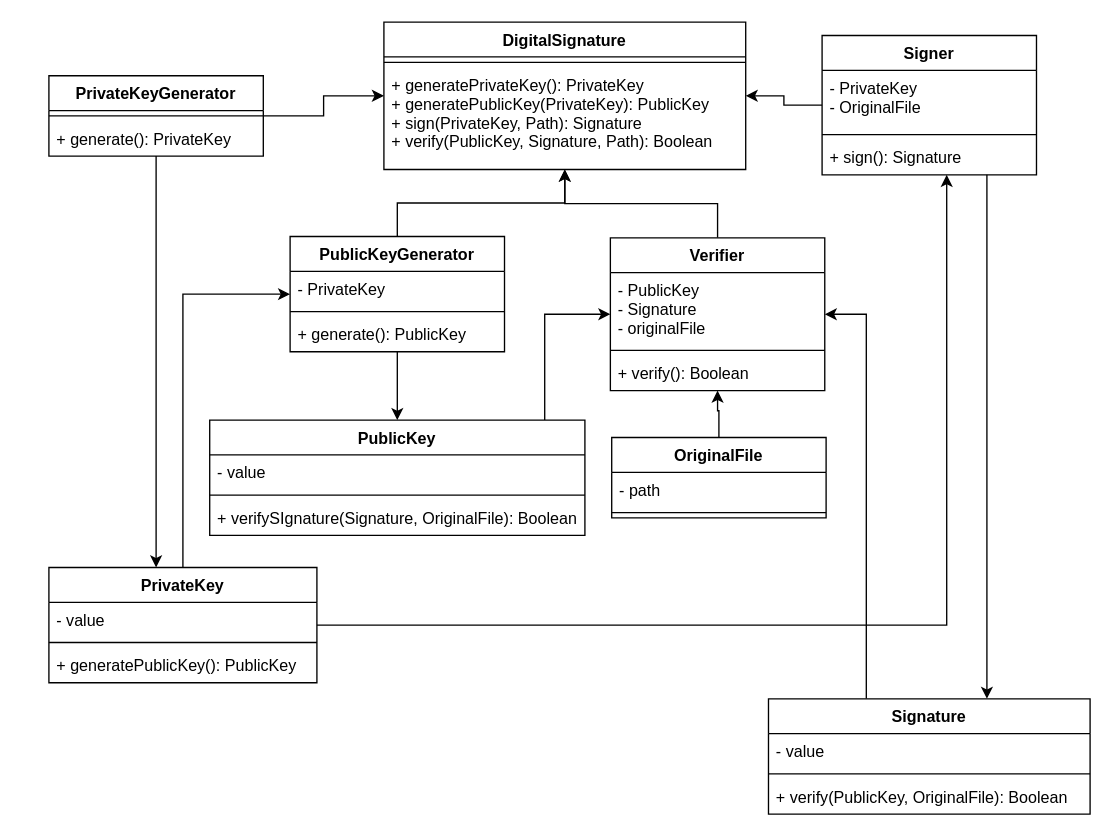
This is digital-signature-class-diagram.drawio from luvitale/inti-digital-signature, a draw.io file, before an edit. Source tidied: cells renumbered, new cells numbered last; positions are measured from the earlier drawing's top-left corner, leaving out a move shared by most shapes. Both pictures are drawn from the tidied source at 134%, with x=0, y=0 at pixel (48, 21).
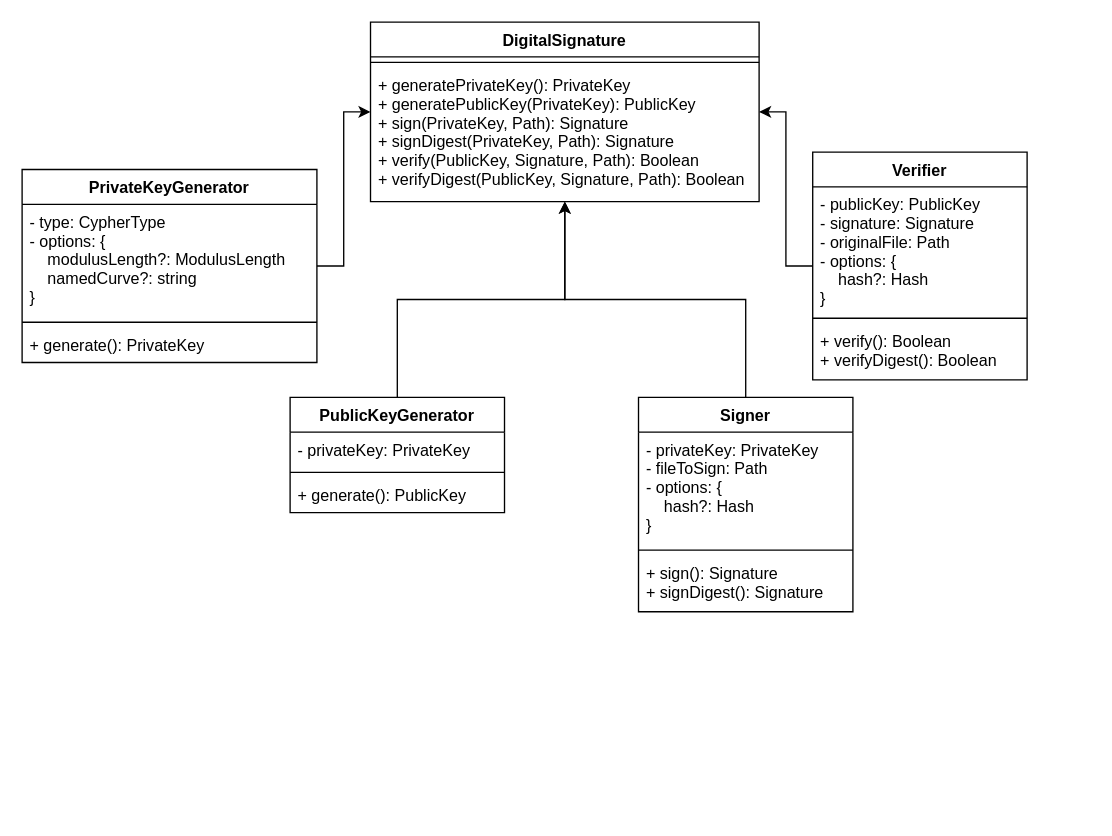
Above is the later version.

What changed in the source:
```diff
@@
-    <mxCell id="2" style="edgeStyle=orthogonalEdgeStyle;rounded=0;jettySize=auto;html=1;" parent="1" edge="1" source="4" target="33">
-      <mxGeometry relative="1" as="geometry">
-        <Array as="points">
-          <mxPoint x="700" y="310" />
-          <mxPoint x="700" y="310" />
-        </Array>
-      </mxGeometry>
-    </mxCell>
@@
     <mxCell id="4" value="Signer" style="swimlane;fontStyle=1;align=center;verticalAlign=top;horizontal=1;startSize=26;" parent="1" vertex="1">
-      <mxGeometry x="577" y="10" width="160" height="104" as="geometry" />
+      <mxGeometry x="440" y="280" width="160" height="160" as="geometry" />
     </mxCell>
-    <mxCell id="5" value="- PrivateKey&#10;- OriginalFile" style="text;strokeColor=none;fillColor=none;align=left;verticalAlign=top;spacingLeft=4;spacingRight=4;overflow=hidden;" parent="4" vertex="1">
-      <mxGeometry y="26" width="160" height="44" as="geometry" />
+    <mxCell id="5" value="- privateKey: PrivateKey&#10;- fileToSign: Path&#10;- options: {&#10;    hash?: Hash&#10;}" style="text;strokeColor=none;fillColor=none;align=left;verticalAlign=top;spacingLeft=4;spacingRight=4;overflow=hidden;" parent="4" vertex="1">
+      <mxGeometry y="26" width="160" height="84" as="geometry" />
     </mxCell>
     <mxCell id="6" style="line;strokeWidth=1;fillColor=none;align=left;verticalAlign=middle;spacingTop=-1;spacingLeft=3;spacingRight=3;labelPosition=right;" parent="4" vertex="1">
-      <mxGeometry y="70" width="160" height="8" as="geometry" />
+      <mxGeometry y="110" width="160" height="8" as="geometry" />
     </mxCell>
-    <mxCell id="7" value="+ sign(): Signature" style="text;strokeColor=none;fillColor=none;align=left;verticalAlign=top;spacingLeft=4;spacingRight=4;overflow=hidden;" parent="4" vertex="1">
-      <mxGeometry y="78" width="160" height="26" as="geometry" />
+    <mxCell id="7" value="+ sign(): Signature&#10;+ signDigest(): Signature" style="text;strokeColor=none;fillColor=none;align=left;verticalAlign=top;spacingLeft=4;spacingRight=4;overflow=hidden;" parent="4" vertex="1">
+      <mxGeometry y="118" width="160" height="42" as="geometry" />
     </mxCell>
@@
-    <mxCell id="9" style="edgeStyle=orthogonalEdgeStyle;rounded=0;jettySize=auto;html=1;" parent="1" edge="1" source="10" target="24">
-      <mxGeometry relative="1" as="geometry" />
-    </mxCell>
     <mxCell id="10" value="PublicKeyGenerator" style="swimlane;fontStyle=1;align=center;verticalAlign=top;horizontal=1;startSize=26;" parent="1" vertex="1">
-      <mxGeometry x="180" y="160" width="160" height="86" as="geometry" />
+      <mxGeometry x="180" y="280" width="160" height="86" as="geometry" />
     </mxCell>
-    <mxCell id="11" value="- PrivateKey" style="text;strokeColor=none;fillColor=none;align=left;verticalAlign=top;spacingLeft=4;spacingRight=4;overflow=hidden;" parent="10" vertex="1">
+    <mxCell id="11" value="- privateKey: PrivateKey" style="text;strokeColor=none;fillColor=none;align=left;verticalAlign=top;spacingLeft=4;spacingRight=4;overflow=hidden;" parent="10" vertex="1">
       <mxGeometry y="26" width="160" height="26" as="geometry" />
     </mxCell>
@@
     <mxCell id="14" value="DigitalSignature" style="swimlane;fontStyle=1;align=center;verticalAlign=top;horizontal=1;startSize=26;" parent="1" vertex="1">
-      <mxGeometry x="250" width="270" height="110" as="geometry" />
+      <mxGeometry x="240" width="290" height="134" as="geometry" />
     </mxCell>
     <mxCell id="15" style="line;strokeWidth=1;fillColor=none;align=left;verticalAlign=middle;spacingTop=-1;spacingLeft=3;spacingRight=3;labelPosition=right;" parent="14" vertex="1">
-      <mxGeometry y="26" width="270" height="8" as="geometry" />
+      <mxGeometry y="26" width="290" height="8" as="geometry" />
     </mxCell>
-    <mxCell id="16" value="+ generatePrivateKey(): PrivateKey&#10;+ generatePublicKey(PrivateKey): PublicKey&#10;+ sign(PrivateKey, Path): Signature&#10;+ verify(PublicKey, Signature, Path): Boolean" style="text;strokeColor=none;fillColor=none;align=left;verticalAlign=top;spacingLeft=4;spacingRight=4;overflow=hidden;" parent="14" vertex="1">
-      <mxGeometry y="34" width="270" height="76" as="geometry" />
+    <mxCell id="16" value="+ generatePrivateKey(): PrivateKey&#10;+ generatePublicKey(PrivateKey): PublicKey&#10;+ sign(PrivateKey, Path): Signature&#10;+ signDigest(PrivateKey, Path): Signature&#10;+ verify(PublicKey, Signature, Path): Boolean&#10;+ verifyDigest(PublicKey, Signature, Path): Boolean" style="text;strokeColor=none;fillColor=none;align=left;verticalAlign=top;spacingLeft=4;spacingRight=4;overflow=hidden;" parent="14" vertex="1">
+      <mxGeometry y="34" width="290" height="100" as="geometry" />
     </mxCell>
-    <mxCell id="17" style="edgeStyle=orthogonalEdgeStyle;rounded=0;jettySize=auto;html=1;" parent="1" edge="1" source="19" target="4">
-      <mxGeometry relative="1" as="geometry">
-        <Array as="points">
-          <mxPoint x="670" y="450" />
-        </Array>
-      </mxGeometry>
-    </mxCell>
-    <mxCell id="18" style="edgeStyle=orthogonalEdgeStyle;rounded=0;jettySize=auto;html=1;" parent="1" edge="1" source="19" target="10">
-      <mxGeometry relative="1" as="geometry">
-        <Array as="points">
-          <mxPoint x="100" y="203" />
-        </Array>
-      </mxGeometry>
-    </mxCell>
-    <mxCell id="19" value="PrivateKey" style="swimlane;fontStyle=1;align=center;verticalAlign=top;horizontal=1;startSize=26;" parent="1" vertex="1">
-      <mxGeometry y="407" width="200" height="86" as="geometry" />
-    </mxCell>
-    <mxCell id="20" value="- value" style="text;strokeColor=none;fillColor=none;align=left;verticalAlign=top;spacingLeft=4;spacingRight=4;overflow=hidden;" parent="19" vertex="1">
-      <mxGeometry y="26" width="200" height="26" as="geometry" />
-    </mxCell>
-    <mxCell id="21" style="line;strokeWidth=1;fillColor=none;align=left;verticalAlign=middle;spacingTop=-1;spacingLeft=3;spacingRight=3;labelPosition=right;" parent="19" vertex="1">
-      <mxGeometry y="52" width="200" height="8" as="geometry" />
-    </mxCell>
-    <mxCell id="22" value="+ generatePublicKey(): PublicKey" style="text;strokeColor=none;fillColor=none;align=left;verticalAlign=top;spacingLeft=4;spacingRight=4;overflow=hidden;" parent="19" vertex="1">
-      <mxGeometry y="60" width="200" height="26" as="geometry" />
-    </mxCell>
-    <mxCell id="23" style="edgeStyle=orthogonalEdgeStyle;rounded=0;jettySize=auto;html=1;" parent="1" edge="1" source="24" target="43">
-      <mxGeometry relative="1" as="geometry">
-        <Array as="points">
-          <mxPoint x="370" y="218" />
-        </Array>
-      </mxGeometry>
-    </mxCell>
-    <mxCell id="24" value="PublicKey" style="swimlane;fontStyle=1;align=center;verticalAlign=top;horizontal=1;startSize=26;" parent="1" vertex="1">
-      <mxGeometry x="120" y="297" width="280" height="86" as="geometry" />
-    </mxCell>
-    <mxCell id="25" value="- value" style="text;strokeColor=none;fillColor=none;align=left;verticalAlign=top;spacingLeft=4;spacingRight=4;overflow=hidden;" parent="24" vertex="1">
-      <mxGeometry y="26" width="280" height="26" as="geometry" />
-    </mxCell>
-    <mxCell id="26" style="line;strokeWidth=1;fillColor=none;align=left;verticalAlign=middle;spacingTop=-1;spacingLeft=3;spacingRight=3;labelPosition=right;" parent="24" vertex="1">
-      <mxGeometry y="52" width="280" height="8" as="geometry" />
-    </mxCell>
-    <mxCell id="27" value="+ verifySIgnature(Signature, OriginalFile): Boolean" style="text;strokeColor=none;fillColor=none;align=left;verticalAlign=top;spacingLeft=4;spacingRight=4;overflow=hidden;" parent="24" vertex="1">
-      <mxGeometry y="60" width="280" height="26" as="geometry" />
-    </mxCell>
-    <mxCell id="28" style="edgeStyle=orthogonalEdgeStyle;rounded=0;jettySize=auto;html=1;" parent="1" edge="1" source="29" target="43">
-      <mxGeometry relative="1" as="geometry" />
-    </mxCell>
-    <mxCell id="29" value="OriginalFile" style="swimlane;fontStyle=1;align=center;verticalAlign=top;horizontal=1;startSize=26;" parent="1" vertex="1">
-      <mxGeometry x="420" y="310" width="160" height="60" as="geometry" />
-    </mxCell>
-    <mxCell id="30" value="- path" style="text;strokeColor=none;fillColor=none;align=left;verticalAlign=top;spacingLeft=4;spacingRight=4;overflow=hidden;" parent="29" vertex="1">
-      <mxGeometry y="26" width="160" height="26" as="geometry" />
-    </mxCell>
-    <mxCell id="31" style="line;strokeWidth=1;fillColor=none;align=left;verticalAlign=middle;spacingTop=-1;spacingLeft=3;spacingRight=3;labelPosition=right;" parent="29" vertex="1">
-      <mxGeometry y="52" width="160" height="8" as="geometry" />
-    </mxCell>
-    <mxCell id="32" style="edgeStyle=orthogonalEdgeStyle;rounded=0;jettySize=auto;html=1;" parent="1" edge="1" source="33" target="43">
-      <mxGeometry relative="1" as="geometry">
-        <Array as="points">
-          <mxPoint x="610" y="218" />
-        </Array>
-      </mxGeometry>
-    </mxCell>
-    <mxCell id="33" value="Signature" style="swimlane;fontStyle=1;align=center;verticalAlign=top;horizontal=1;startSize=26;" parent="1" vertex="1">
-      <mxGeometry x="537" y="505" width="240" height="86" as="geometry" />
-    </mxCell>
-    <mxCell id="34" value="- value" style="text;strokeColor=none;fillColor=none;align=left;verticalAlign=top;spacingLeft=4;spacingRight=4;overflow=hidden;" parent="33" vertex="1">
-      <mxGeometry y="26" width="240" height="26" as="geometry" />
-    </mxCell>
-    <mxCell id="35" style="line;strokeWidth=1;fillColor=none;align=left;verticalAlign=middle;spacingTop=-1;spacingLeft=3;spacingRight=3;labelPosition=right;" parent="33" vertex="1">
-      <mxGeometry y="52" width="240" height="8" as="geometry" />
-    </mxCell>
-    <mxCell id="36" value="+ verify(PublicKey, OriginalFile): Boolean" style="text;strokeColor=none;fillColor=none;align=left;verticalAlign=top;spacingLeft=4;spacingRight=4;overflow=hidden;" parent="33" vertex="1">
-      <mxGeometry y="60" width="240" height="26" as="geometry" />
-    </mxCell>
-    <mxCell id="37" style="edgeStyle=orthogonalEdgeStyle;rounded=0;jettySize=auto;html=1;" parent="1" edge="1" source="39" target="14">
+    <mxCell id="37" style="edgeStyle=orthogonalEdgeStyle;rounded=0;jettySize=auto;html=1;" parent="1" edge="1" source="32" target="14">
       <mxGeometry relative="1" as="geometry" />
     </mxCell>
-    <mxCell id="38" style="edgeStyle=orthogonalEdgeStyle;rounded=0;jettySize=auto;html=1;" parent="1" edge="1" source="39" target="19">
-      <mxGeometry relative="1" as="geometry">
-        <Array as="points">
-          <mxPoint x="80" y="330" />
-          <mxPoint x="80" y="330" />
-        </Array>
-      </mxGeometry>
-    </mxCell>
-    <mxCell id="39" value="PrivateKeyGenerator" style="swimlane;fontStyle=1;align=center;verticalAlign=top;horizontal=1;startSize=26;" parent="1" vertex="1">
-      <mxGeometry y="40" width="160" height="60" as="geometry" />
-    </mxCell>
-    <mxCell id="40" style="line;strokeWidth=1;fillColor=none;align=left;verticalAlign=middle;spacingTop=-1;spacingLeft=3;spacingRight=3;labelPosition=right;" parent="39" vertex="1">
-      <mxGeometry y="26" width="160" height="8" as="geometry" />
-    </mxCell>
-    <mxCell id="41" value="+ generate(): PrivateKey" style="text;strokeColor=none;fillColor=none;align=left;verticalAlign=top;spacingLeft=4;spacingRight=4;overflow=hidden;" parent="39" vertex="1">
-      <mxGeometry y="34" width="160" height="26" as="geometry" />
-    </mxCell>
@@
     <mxCell id="43" value="Verifier" style="swimlane;fontStyle=1;align=center;verticalAlign=top;horizontal=1;startSize=26;" parent="1" vertex="1">
-      <mxGeometry x="419" y="161" width="160" height="114" as="geometry" />
+      <mxGeometry x="570" y="97" width="160" height="170" as="geometry" />
     </mxCell>
-    <mxCell id="44" value="- PublicKey&#10;- Signature&#10;- originalFile" style="text;strokeColor=none;fillColor=none;align=left;verticalAlign=top;spacingLeft=4;spacingRight=4;overflow=hidden;" parent="43" vertex="1">
-      <mxGeometry y="26" width="160" height="54" as="geometry" />
+    <mxCell id="44" value="- publicKey: PublicKey&#10;- signature: Signature&#10;- originalFile: Path&#10;- options: {&#10;    hash?: Hash&#10;}" style="text;strokeColor=none;fillColor=none;align=left;verticalAlign=top;spacingLeft=4;spacingRight=4;overflow=hidden;" parent="43" vertex="1">
+      <mxGeometry y="26" width="160" height="94" as="geometry" />
     </mxCell>
     <mxCell id="45" style="line;strokeWidth=1;fillColor=none;align=left;verticalAlign=middle;spacingTop=-1;spacingLeft=3;spacingRight=3;labelPosition=right;" parent="43" vertex="1">
-      <mxGeometry y="80" width="160" height="8" as="geometry" />
+      <mxGeometry y="120" width="160" height="8" as="geometry" />
     </mxCell>
-    <mxCell id="46" value="+ verify(): Boolean" style="text;strokeColor=none;fillColor=none;align=left;verticalAlign=top;spacingLeft=4;spacingRight=4;overflow=hidden;" parent="43" vertex="1">
-      <mxGeometry y="88" width="160" height="26" as="geometry" />
+    <mxCell id="46" value="+ verify(): Boolean&#10;+ verifyDigest(): Boolean" style="text;strokeColor=none;fillColor=none;align=left;verticalAlign=top;spacingLeft=4;spacingRight=4;overflow=hidden;" parent="43" vertex="1">
+      <mxGeometry y="128" width="160" height="42" as="geometry" />
     </mxCell>
+    <mxCell id="32" value="PrivateKeyGenerator" style="swimlane;fontStyle=1;align=center;verticalAlign=top;horizontal=1;startSize=26;" parent="1" vertex="1">
+      <mxGeometry x="-20" y="110" width="220" height="144" as="geometry" />
+    </mxCell>
+    <mxCell id="47" value="- type: CypherType&#10;- options: {&#10;    modulusLength?: ModulusLength&#10;    namedCurve?: string&#10;}" style="text;strokeColor=none;fillColor=none;align=left;verticalAlign=top;spacingLeft=4;spacingRight=4;overflow=hidden;" parent="32" vertex="1">
+      <mxGeometry y="26" width="220" height="84" as="geometry" />
+    </mxCell>
+    <mxCell id="48" style="line;strokeWidth=1;fillColor=none;align=left;verticalAlign=middle;spacingTop=-1;spacingLeft=3;spacingRight=3;labelPosition=right;" parent="32" vertex="1">
+      <mxGeometry y="110" width="220" height="8" as="geometry" />
+    </mxCell>
+    <mxCell id="41" value="+ generate(): PrivateKey" style="text;strokeColor=none;fillColor=none;align=left;verticalAlign=top;spacingLeft=4;spacingRight=4;overflow=hidden;" parent="32" vertex="1">
+      <mxGeometry y="118" width="220" height="26" as="geometry" />
+    </mxCell>
```
